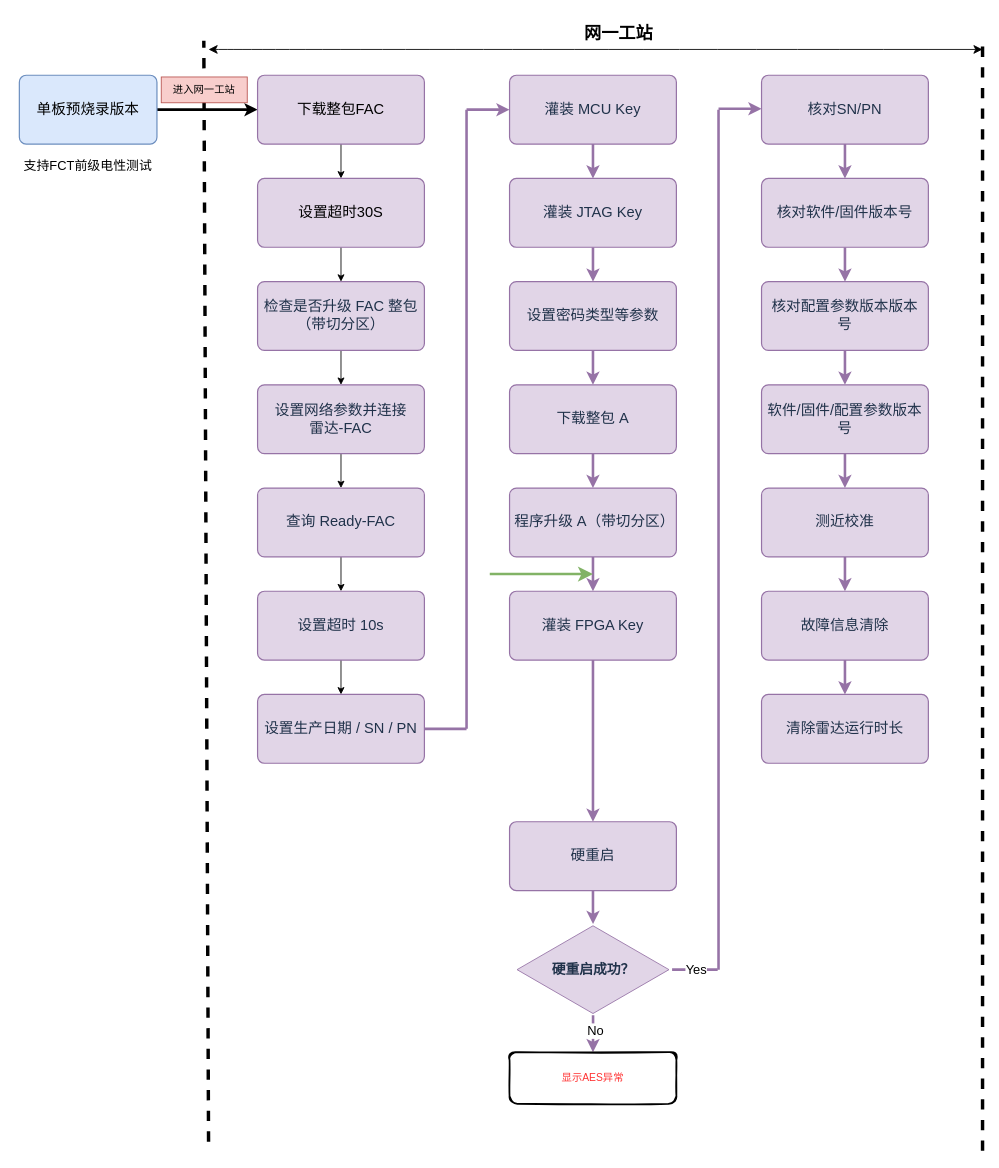
This is A11-变砖流程.drawio from shenwangchong/learngit, a draw.io file, before an edit. Source tidied: cells renumbered, new cells numbered last; positions are measured from the earlier drawing's top-left corner, leaving out a move shared by most shapes. Both pictures are drawn from the tidied source at 86%, with x=0, y=0 at pixel (15, 15).
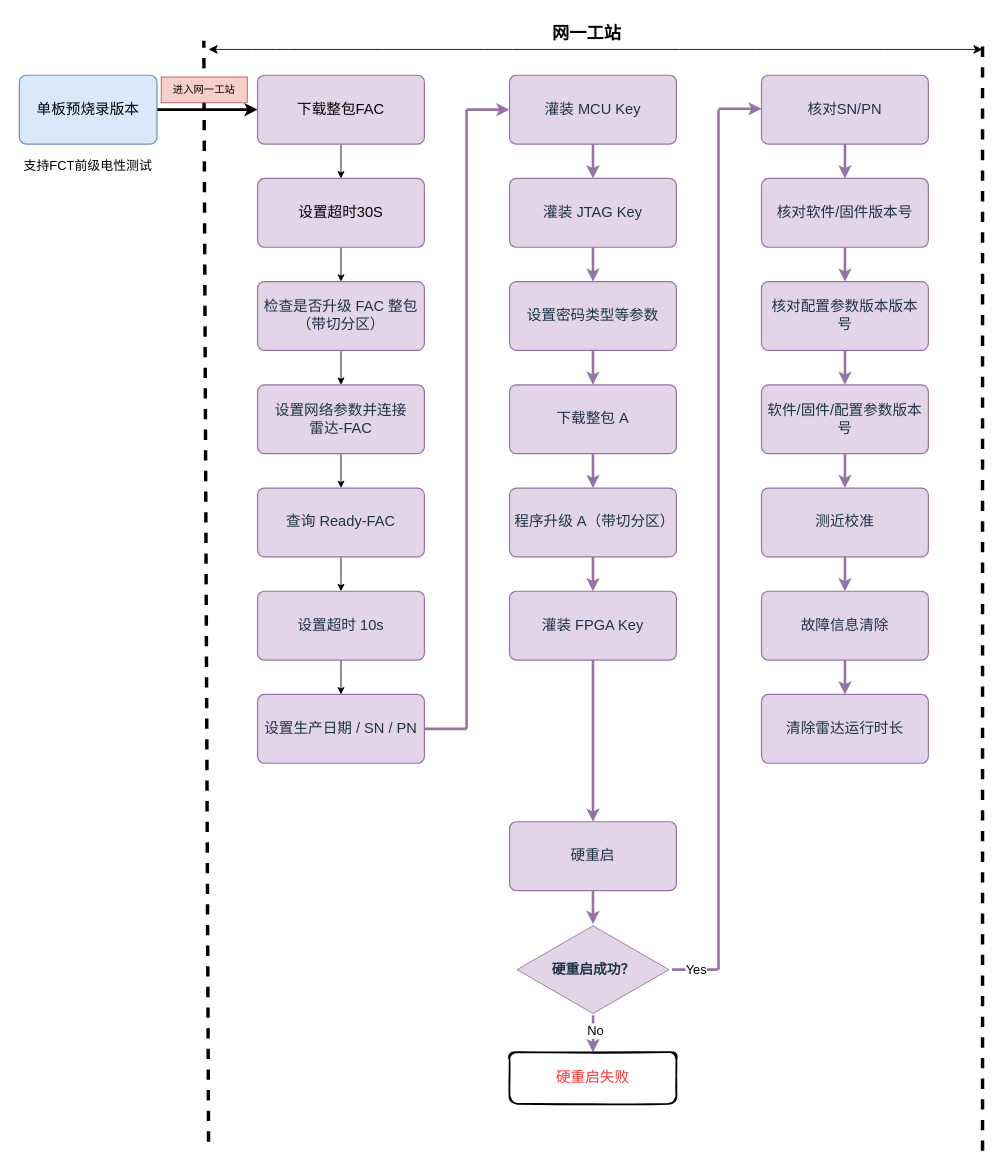
The same diagram, later.

Commit message:
更新A11-变砖流程.drawio

What changed in the source:
```diff
@@
-    <mxCell id="40" value="显示AES异常" style="rounded=1;whiteSpace=wrap;html=1;strokeWidth=2;fillWeight=4;hachureGap=8;hachureAngle=45;fillColor=#FFFFFF;sketch=1;fontColor=#FF3333;" parent="1" vertex="1">
+    <mxCell id="40" value="&lt;font style=&quot;font-size: 17px;&quot;&gt;硬重启失败&lt;/font&gt;" style="rounded=1;whiteSpace=wrap;html=1;strokeWidth=2;fillWeight=4;hachureGap=8;hachureAngle=45;fillColor=#FFFFFF;sketch=1;fontColor=#FF3333;" parent="1" vertex="1">
       <mxGeometry x="575" y="1206" width="194" height="60" as="geometry" />
     </mxCell>
@@
-    <mxCell id="59" style="endArrow=classic;html=1;rounded=0;fontSize=12;defaultLabelBackgroundColor=page;startSize=8;endSize=8;curved=1;strokeWidth=3;fillColor=#d5e8d4;strokeColor=#82b366;" parent="1" edge="1">
-      <mxGeometry relative="1" as="geometry">
-        <mxPoint x="552" y="650" as="sourcePoint" />
-        <mxPoint x="672" y="650" as="targetPoint" />
-      </mxGeometry>
-    </mxCell>
@@
     <mxCell id="61" value="&lt;font style=&quot;font-size: 20px;&quot;&gt;&lt;b&gt;网一工站&lt;/b&gt;&lt;/font&gt;" style="text;html=1;whiteSpace=wrap;strokeColor=none;fillColor=none;align=center;verticalAlign=middle;rounded=0;strokeWidth=5;" parent="1" vertex="1">
-      <mxGeometry x="652" width="100" height="40" as="geometry" />
+      <mxGeometry x="615" width="100" height="40" as="geometry" />
     </mxCell>
```
